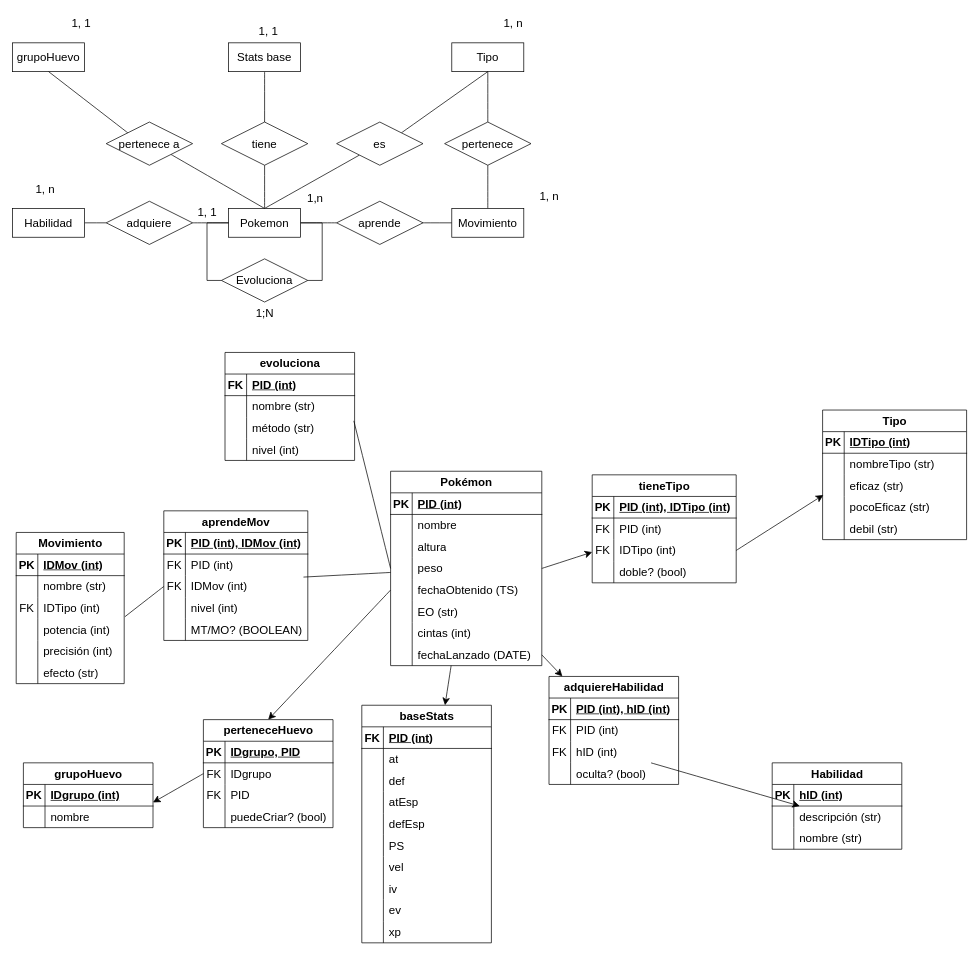
Francesdbz18/1DAM keeps this draw.io diagram as page "Page-1" (1 of 2) of pokemer.drawio. Above is the earlier version. Source tidied: cells renumbered, new cells numbered last; positions are measured from the earlier drawing's top-left corner, leaving out a move shared by most shapes. Both pictures are drawn from the tidied source at 72%, with x=0, y=0 at pixel (12, 12).
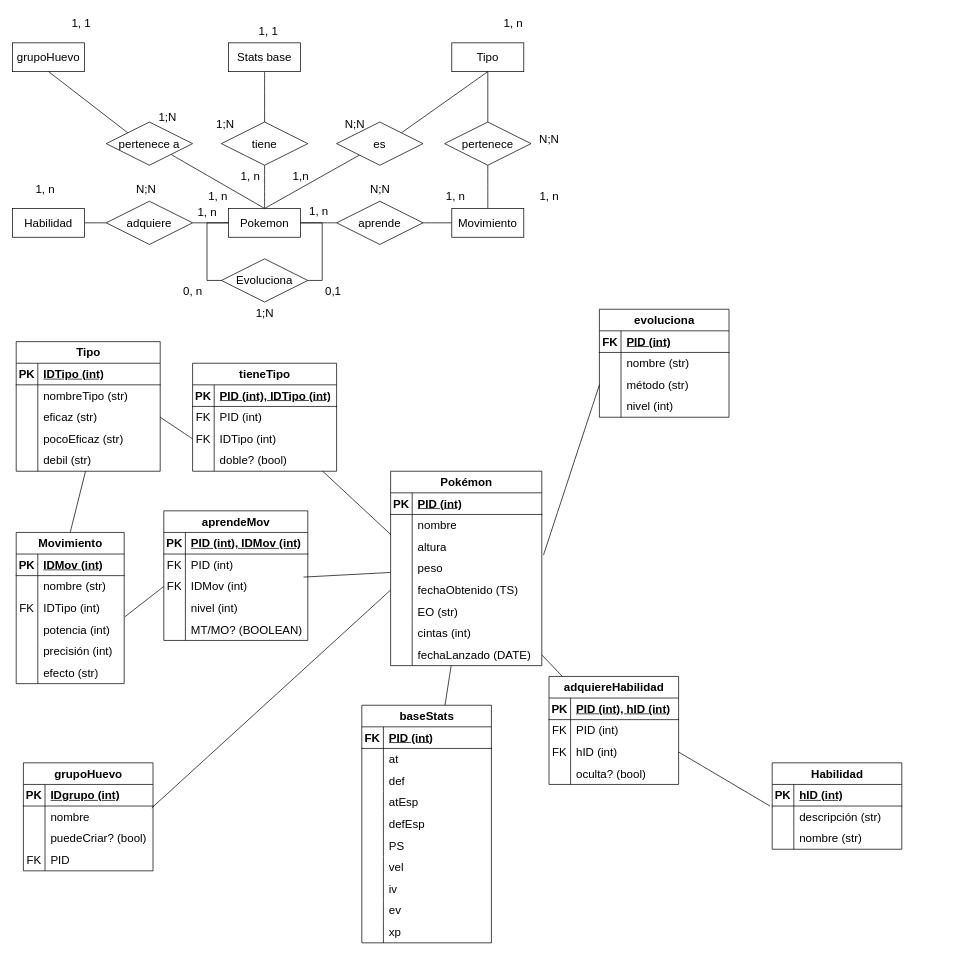
After the change.

The change refers to these unchanged cells:
```xml
<mxCell id="30" value="Pokémon" style="shape=table;startSize=30;childLayout=tableLayout;rowLines=0;fontStyle=1;align=center;html=1;fontSize=16;" parent="1" vertex="1">
  <mxGeometry x="525" y="637" width="210" height="270" as="geometry" />
</mxCell>
<mxCell id="37" style="shape=tableRow;horizontal=0;startSize=0;swimlaneHead=0;swimlaneBody=0;fillColor=none;points=[[0,0.5],[1,0.5]];portConstraint=eastwest;top=0;left=0;right=0;bottom=0;fontSize=16;" parent="30" vertex="1">
  <mxGeometry y="90" width="210" height="30" as="geometry" />
</mxCell>
<mxCell id="40" style="shape=tableRow;horizontal=0;startSize=0;swimlaneHead=0;swimlaneBody=0;fillColor=none;points=[[0,0.5],[1,0.5]];portConstraint=eastwest;top=0;left=0;right=0;bottom=0;fontSize=16;" parent="30" vertex="1">
  <mxGeometry y="120" width="210" height="30" as="geometry" />
</mxCell>
<mxCell id="43" style="shape=tableRow;horizontal=0;startSize=0;swimlaneHead=0;swimlaneBody=0;fillColor=none;points=[[0,0.5],[1,0.5]];portConstraint=eastwest;top=0;left=0;right=0;bottom=0;fontSize=16;" parent="30" vertex="1">
  <mxGeometry y="150" width="210" height="30" as="geometry" />
</mxCell>
<mxCell id="52" style="shape=tableRow;horizontal=0;startSize=0;swimlaneHead=0;swimlaneBody=0;fillColor=none;points=[[0,0.5],[1,0.5]];portConstraint=eastwest;top=0;left=0;right=0;bottom=0;fontSize=16;" parent="30" vertex="1">
  <mxGeometry y="240" width="210" height="30" as="geometry" />
</mxCell>
<mxCell id="62" style="shape=tableRow;horizontal=0;startSize=0;swimlaneHead=0;swimlaneBody=0;fillColor=none;points=[[0,0.5],[1,0.5]];portConstraint=eastwest;top=0;left=0;right=0;bottom=0;fontSize=16;" parent="55" vertex="1">
  <mxGeometry y="90" width="200" height="30" as="geometry" />
</mxCell>
<mxCell id="75" style="shape=tableRow;horizontal=0;startSize=0;swimlaneHead=0;swimlaneBody=0;fillColor=none;points=[[0,0.5],[1,0.5]];portConstraint=eastwest;top=0;left=0;right=0;bottom=0;fontSize=16;" parent="68" vertex="1">
  <mxGeometry y="90" width="200" height="30" as="geometry" />
</mxCell>
<mxCell id="81" style="shape=tableRow;horizontal=0;startSize=0;swimlaneHead=0;swimlaneBody=0;fillColor=none;points=[[0,0.5],[1,0.5]];portConstraint=eastwest;top=0;left=0;right=0;bottom=0;fontSize=16;" parent="68" vertex="1">
  <mxGeometry y="150" width="200" height="30" as="geometry" />
</mxCell>
<mxCell id="84" value="Movimiento" style="shape=table;startSize=30;childLayout=tableLayout;rowLines=0;fontStyle=1;align=center;html=1;fontSize=16;" parent="1" vertex="1">
  <mxGeometry x="5" y="722" width="150" height="210" as="geometry" />
</mxCell>
<mxCell id="107" style="shape=tableRow;horizontal=0;startSize=0;swimlaneHead=0;swimlaneBody=0;fillColor=none;points=[[0,0.5],[1,0.5]];portConstraint=eastwest;top=0;left=0;right=0;bottom=0;fontSize=16;" parent="103" vertex="1">
  <mxGeometry y="60" width="180" height="30" as="geometry" />
</mxCell>
<mxCell id="113" value="adquiereHabilidad" style="shape=table;startSize=30;childLayout=tableLayout;rowLines=0;fontStyle=1;align=center;html=1;fontSize=16;" parent="1" vertex="1">
  <mxGeometry x="745" y="922" width="180" height="150" as="geometry" />
</mxCell>
<mxCell id="120" style="shape=tableRow;horizontal=0;startSize=0;swimlaneHead=0;swimlaneBody=0;fillColor=none;points=[[0,0.5],[1,0.5]];portConstraint=eastwest;top=0;left=0;right=0;bottom=0;fontSize=16;" parent="113" vertex="1">
  <mxGeometry y="90" width="180" height="30" as="geometry" />
</mxCell>
<mxCell id="127" style="shape=tableRow;horizontal=0;startSize=0;swimlaneHead=0;swimlaneBody=0;fillColor=none;points=[[0,0.5],[1,0.5]];portConstraint=eastwest;top=0;left=0;right=0;bottom=1;fontSize=16;" parent="126" vertex="1">
  <mxGeometry y="30" width="180" height="30" as="geometry" />
</mxCell>
<mxCell id="130" style="shape=tableRow;horizontal=0;startSize=0;swimlaneHead=0;swimlaneBody=0;fillColor=none;points=[[0,0.5],[1,0.5]];portConstraint=eastwest;top=0;left=0;right=0;bottom=0;fontSize=16;" parent="126" vertex="1">
  <mxGeometry y="60" width="180" height="30" as="geometry" />
</mxCell>
<mxCell id="133" value="baseStats" style="shape=table;startSize=30;childLayout=tableLayout;rowLines=0;fontStyle=1;align=center;html=1;fontSize=16;" parent="1" vertex="1">
  <mxGeometry x="485" y="962" width="180" height="330" as="geometry" />
</mxCell>
<mxCell id="205" style="shape=tableRow;horizontal=0;startSize=0;swimlaneHead=0;swimlaneBody=0;fillColor=none;points=[[0,0.5],[1,0.5]];portConstraint=eastwest;top=0;left=0;right=0;bottom=0;fontSize=16;" parent="201" vertex="1">
  <mxGeometry y="60" width="180" height="30" as="geometry" />
</mxCell>
<mxCell id="208" style="shape=tableRow;horizontal=0;startSize=0;swimlaneHead=0;swimlaneBody=0;fillColor=none;points=[[0,0.5],[1,0.5]];portConstraint=eastwest;top=0;left=0;right=0;bottom=0;fontSize=16;" parent="201" vertex="1">
  <mxGeometry y="90" width="180" height="30" as="geometry" />
</mxCell>
```

The edit, as a diff of the source:
```diff
@@
-    <mxCell id="29" style="edgeStyle=none;curved=1;rounded=0;jettySize=auto;html=1;fontSize=12;startSize=8;endSize=8;" parent="1" edge="1" source="30" target="133">
+    <mxCell id="29" style="edgeStyle=none;curved=1;rounded=0;jettySize=auto;html=1;fontSize=12;startSize=8;endSize=8;endArrow=none;endFill=0;" parent="1" edge="1" source="30" target="133">
       <mxGeometry relative="1" as="geometry" />
     </mxCell>
@@
     <mxCell id="55" value="tieneTipo" style="shape=table;startSize=30;childLayout=tableLayout;rowLines=0;fontStyle=1;align=center;html=1;fontSize=16;" parent="1" vertex="1">
-      <mxGeometry x="805" y="642" width="200" height="150" as="geometry" />
+      <mxGeometry x="250" y="487" width="200" height="150" as="geometry" />
     </mxCell>
@@
     <mxCell id="68" value="Tipo" style="shape=table;startSize=30;childLayout=tableLayout;rowLines=0;fontStyle=1;align=center;html=1;fontSize=16;" parent="1" vertex="1">
-      <mxGeometry x="1125" y="552" width="200" height="180" as="geometry" />
+      <mxGeometry x="5" y="457" width="200" height="180" as="geometry" />
     </mxCell>
@@
+    <mxCell id="223" style="edgeStyle=none;curved=1;rounded=0;jettySize=auto;html=1;exitX=0.5;exitY=0;exitDx=0;exitDy=0;fontSize=12;startSize=8;endSize=8;endArrow=none;endFill=0;" parent="1" edge="1" source="84" target="81">
+      <mxGeometry relative="1" as="geometry" />
+    </mxCell>
@@
     <mxCell id="126" value="grupoHuevo" style="shape=table;startSize=30;childLayout=tableLayout;rowLines=0;fontStyle=1;align=center;html=1;fontSize=16;" parent="1" vertex="1">
-      <mxGeometry x="15" y="1042" width="180" height="90" as="geometry" />
+      <mxGeometry x="15" y="1042" width="180" height="150" as="geometry" />
     </mxCell>
@@
+    <mxCell id="194" style="shape=tableRow;horizontal=0;startSize=0;swimlaneHead=0;swimlaneBody=0;fillColor=none;top=0;left=0;right=0;bottom=0;fontSize=16;" parent="126" vertex="1">
+      <mxGeometry y="90" width="180" height="30" as="geometry" />
+    </mxCell>
+    <mxCell id="198" style="shape=partialRectangle;fillColor=none;top=0;left=0;bottom=0;right=0;overflow=hidden;whiteSpace=wrap;html=1;fontSize=16;" parent="194" vertex="1">
+      <mxGeometry width="30" height="30" as="geometry" />
+    </mxCell>
+    <mxCell id="199" value="puedeCriar? (bool)" style="shape=partialRectangle;fillColor=none;top=0;left=0;bottom=0;right=0;align=left;spacingLeft=6;overflow=hidden;whiteSpace=wrap;html=1;fontSize=16;" parent="194" vertex="1">
+      <mxGeometry x="30" width="150" height="30" as="geometry" />
+    </mxCell>
+    <mxCell id="197" style="shape=tableRow;horizontal=0;startSize=0;swimlaneHead=0;swimlaneBody=0;fillColor=none;top=0;left=0;right=0;bottom=0;fontSize=16;" parent="126" vertex="1">
+      <mxGeometry y="120" width="180" height="30" as="geometry" />
+    </mxCell>
+    <mxCell id="224" value="FK" style="shape=partialRectangle;fillColor=none;top=0;left=0;bottom=0;right=0;overflow=hidden;whiteSpace=wrap;html=1;fontSize=16;" parent="197" vertex="1">
+      <mxGeometry width="30" height="30" as="geometry" />
+    </mxCell>
+    <mxCell id="196" value="PID" style="shape=partialRectangle;fillColor=none;top=0;left=0;bottom=0;right=0;align=left;spacingLeft=6;overflow=hidden;whiteSpace=wrap;html=1;fontSize=16;" parent="197" vertex="1">
+      <mxGeometry x="30" width="150" height="30" as="geometry" />
+    </mxCell>
@@
-    <mxCell id="180" style="edgeStyle=none;curved=1;rounded=0;jettySize=auto;html=1;exitX=1;exitY=0.5;exitDx=0;exitDy=0;fontSize=12;startSize=8;endSize=8;" parent="1" edge="1" source="40" target="55">
+    <mxCell id="180" style="edgeStyle=none;curved=1;rounded=0;jettySize=auto;html=1;exitX=0.003;exitY=-0.057;exitDx=0;exitDy=0;fontSize=12;startSize=8;endSize=8;endArrow=none;endFill=0;exitPerimeter=0;" parent="1" edge="1" source="37" target="55">
       <mxGeometry relative="1" as="geometry" />
     </mxCell>
-    <mxCell id="181" style="edgeStyle=none;curved=1;rounded=0;jettySize=auto;html=1;exitX=1;exitY=0.5;exitDx=0;exitDy=0;entryX=0.005;entryY=0.933;entryDx=0;entryDy=0;entryPerimeter=0;fontSize=12;startSize=8;endSize=8;" parent="1" edge="1" source="62" target="75">
+    <mxCell id="181" style="edgeStyle=none;curved=1;rounded=0;jettySize=auto;html=1;exitX=0;exitY=0.5;exitDx=0;exitDy=0;entryX=1;entryY=0.5;entryDx=0;entryDy=0;fontSize=12;startSize=8;endSize=8;endArrow=none;endFill=0;" parent="1" edge="1" source="62" target="75">
       <mxGeometry relative="1" as="geometry" />
     </mxCell>
-    <mxCell id="182" style="edgeStyle=none;curved=1;rounded=0;jettySize=auto;html=1;exitX=1;exitY=0.5;exitDx=0;exitDy=0;fontSize=12;startSize=8;endSize=8;" parent="1" edge="1" source="52" target="113">
+    <mxCell id="182" style="edgeStyle=none;curved=1;rounded=0;jettySize=auto;html=1;exitX=1;exitY=0.5;exitDx=0;exitDy=0;fontSize=12;startSize=8;endSize=8;endArrow=none;endFill=0;" parent="1" edge="1" source="52" target="113">
       <mxGeometry relative="1" as="geometry" />
     </mxCell>
-    <mxCell id="183" style="edgeStyle=none;curved=1;rounded=0;jettySize=auto;html=1;fontSize=12;startSize=8;endSize=8;" parent="1" edge="1" source="120" target="107">
-      <mxGeometry relative="1" as="geometry" />
+    <mxCell id="183" style="edgeStyle=none;curved=1;rounded=0;jettySize=auto;html=1;fontSize=12;startSize=8;endSize=8;endArrow=none;endFill=0;exitX=1;exitY=0.5;exitDx=0;exitDy=0;" parent="1" edge="1" source="120">
+      <mxGeometry relative="1" as="geometry">
+        <mxPoint x="1052" y="1102" as="targetPoint" />
+      </mxGeometry>
     </mxCell>
@@
-    <mxCell id="185" style="edgeStyle=none;curved=1;rounded=0;jettySize=auto;html=1;exitX=0;exitY=0.5;exitDx=0;exitDy=0;fontSize=12;startSize=8;endSize=8;entryX=0.5;entryY=0;entryDx=0;entryDy=0;" parent="1" edge="1" source="43" target="187">
+    <mxCell id="185" style="edgeStyle=none;curved=1;rounded=0;jettySize=auto;html=1;exitX=0;exitY=0.5;exitDx=0;exitDy=0;fontSize=12;startSize=8;endSize=8;entryX=0.991;entryY=0.083;entryDx=0;entryDy=0;entryPerimeter=0;endArrow=none;endFill=0;" parent="1" edge="1" source="43" target="130">
       <mxGeometry relative="1" as="geometry" />
     </mxCell>
@@
-    <mxCell id="187" value="perteneceHuevo" style="shape=table;startSize=30;childLayout=tableLayout;rowLines=0;fontStyle=1;align=center;html=1;fontSize=16;" parent="1" vertex="1">
-      <mxGeometry x="265" y="982" width="180" height="150" as="geometry" />
-    </mxCell>
-    <mxCell id="188" style="shape=tableRow;horizontal=0;startSize=0;swimlaneHead=0;swimlaneBody=0;fillColor=none;top=0;left=0;right=0;bottom=1;fontSize=16;" parent="187" vertex="1">
-      <mxGeometry y="30" width="180" height="30" as="geometry" />
-    </mxCell>
-    <mxCell id="189" value="PK" style="shape=partialRectangle;fillColor=none;top=0;left=0;bottom=0;right=0;fontStyle=1;overflow=hidden;whiteSpace=wrap;html=1;fontSize=16;" parent="188" vertex="1">
-      <mxGeometry width="30" height="30" as="geometry" />
-    </mxCell>
-    <mxCell id="190" value="IDgrupo, PID" style="shape=partialRectangle;fillColor=none;top=0;left=0;bottom=0;right=0;align=left;spacingLeft=6;fontStyle=5;overflow=hidden;whiteSpace=wrap;html=1;fontSize=16;" parent="188" vertex="1">
-      <mxGeometry x="30" width="150" height="30" as="geometry" />
-    </mxCell>
-    <mxCell id="191" style="shape=tableRow;horizontal=0;startSize=0;swimlaneHead=0;swimlaneBody=0;fillColor=none;points=[[0,0.5],[1,0.5]];portConstraint=eastwest;top=0;left=0;right=0;bottom=0;fontSize=16;" parent="187" vertex="1">
-      <mxGeometry y="60" width="180" height="30" as="geometry" />
-    </mxCell>
-    <mxCell id="192" value="FK" style="shape=partialRectangle;fillColor=none;top=0;left=0;bottom=0;right=0;overflow=hidden;whiteSpace=wrap;html=1;fontSize=16;" parent="191" vertex="1">
-      <mxGeometry width="30" height="30" as="geometry" />
-    </mxCell>
-    <mxCell id="193" value="IDgrupo" style="shape=partialRectangle;fillColor=none;top=0;left=0;bottom=0;right=0;align=left;spacingLeft=6;overflow=hidden;whiteSpace=wrap;html=1;fontSize=16;" parent="191" vertex="1">
-      <mxGeometry x="30" width="150" height="30" as="geometry" />
-    </mxCell>
-    <mxCell id="194" style="shape=tableRow;horizontal=0;startSize=0;swimlaneHead=0;swimlaneBody=0;fillColor=none;top=0;left=0;right=0;bottom=0;fontSize=16;" parent="187" vertex="1">
-      <mxGeometry y="90" width="180" height="30" as="geometry" />
-    </mxCell>
-    <mxCell id="195" value="FK" style="shape=partialRectangle;fillColor=none;top=0;left=0;bottom=0;right=0;overflow=hidden;whiteSpace=wrap;html=1;fontSize=16;" parent="194" vertex="1">
-      <mxGeometry width="30" height="30" as="geometry" />
-    </mxCell>
-    <mxCell id="196" value="PID" style="shape=partialRectangle;fillColor=none;top=0;left=0;bottom=0;right=0;align=left;spacingLeft=6;overflow=hidden;whiteSpace=wrap;html=1;fontSize=16;" parent="194" vertex="1">
-      <mxGeometry x="30" width="150" height="30" as="geometry" />
-    </mxCell>
-    <mxCell id="197" style="shape=tableRow;horizontal=0;startSize=0;swimlaneHead=0;swimlaneBody=0;fillColor=none;top=0;left=0;right=0;bottom=0;fontSize=16;" parent="187" vertex="1">
-      <mxGeometry y="120" width="180" height="30" as="geometry" />
-    </mxCell>
-    <mxCell id="198" style="shape=partialRectangle;fillColor=none;top=0;left=0;bottom=0;right=0;overflow=hidden;whiteSpace=wrap;html=1;fontSize=16;" parent="197" vertex="1">
-      <mxGeometry width="30" height="30" as="geometry" />
-    </mxCell>
-    <mxCell id="199" value="puedeCriar? (bool)" style="shape=partialRectangle;fillColor=none;top=0;left=0;bottom=0;right=0;align=left;spacingLeft=6;overflow=hidden;whiteSpace=wrap;html=1;fontSize=16;" parent="197" vertex="1">
-      <mxGeometry x="30" width="150" height="30" as="geometry" />
-    </mxCell>
-    <mxCell id="200" style="edgeStyle=none;curved=1;rounded=0;jettySize=auto;html=1;exitX=0;exitY=0.5;exitDx=0;exitDy=0;entryX=1;entryY=0.833;entryDx=0;entryDy=0;entryPerimeter=0;fontSize=12;startSize=8;endSize=8;" parent="1" edge="1" source="191" target="127">
-      <mxGeometry relative="1" as="geometry" />
-    </mxCell>
     <mxCell id="201" value="evoluciona" style="shape=table;startSize=30;childLayout=tableLayout;rowLines=0;fontStyle=1;align=center;html=1;fontSize=16;" parent="1" vertex="1">
-      <mxGeometry x="295" y="472" width="180" height="150" as="geometry" />
+      <mxGeometry x="815" y="412" width="180" height="150" as="geometry" />
     </mxCell>
@@
-    <mxCell id="214" style="edgeStyle=none;curved=1;rounded=0;jettySize=auto;html=1;exitX=0;exitY=0.5;exitDx=0;exitDy=0;entryX=0.994;entryY=1.167;entryDx=0;entryDy=0;entryPerimeter=0;fontSize=12;startSize=8;endSize=8;endArrow=none;endFill=0;" parent="1" edge="1" source="40" target="205">
+    <mxCell id="214" style="edgeStyle=none;curved=1;rounded=0;jettySize=auto;html=1;exitX=1.011;exitY=0.884;exitDx=0;exitDy=0;entryX=0;entryY=0.5;entryDx=0;entryDy=0;fontSize=12;startSize=8;endSize=8;endArrow=none;endFill=0;exitPerimeter=0;" parent="1" edge="1" source="37" target="208">
       <mxGeometry relative="1" as="geometry" />
     </mxCell>
     <mxCell id="215" value="1,n" style="text;html=1;align=center;verticalAlign=middle;strokeColor=none;fillColor=none;fontSize=16;" parent="1" vertex="1">
-      <mxGeometry x="395" y="242" width="50" height="30" as="geometry" />
+      <mxGeometry x="375" y="212" width="50" height="30" as="geometry" />
     </mxCell>
@@
-    <mxCell id="221" value="1, 1" style="text;html=1;align=center;verticalAlign=middle;strokeColor=none;fillColor=none;fontSize=16;" parent="1" vertex="1">
+    <mxCell id="221" value="1, n" style="text;html=1;align=center;verticalAlign=middle;strokeColor=none;fillColor=none;fontSize=16;" parent="1" vertex="1">
       <mxGeometry x="245" y="262" width="50" height="30" as="geometry" />
     </mxCell>
@@
+    <mxCell id="225" value="0,1" style="text;html=1;align=center;verticalAlign=middle;strokeColor=none;fillColor=none;fontSize=16;" parent="1" vertex="1">
+      <mxGeometry x="420" y="372" width="50" height="30" as="geometry" />
+    </mxCell>
+    <mxCell id="226" value="0, n" style="text;html=1;align=center;verticalAlign=middle;strokeColor=none;fillColor=none;fontSize=16;" parent="1" vertex="1">
+      <mxGeometry x="225" y="372" width="50" height="30" as="geometry" />
+    </mxCell>
+    <mxCell id="227" value="1, n" style="text;html=1;align=center;verticalAlign=middle;strokeColor=none;fillColor=none;fontSize=16;" parent="1" vertex="1">
+      <mxGeometry x="400" y="260" width="50" height="30" as="geometry" />
+    </mxCell>
+    <mxCell id="228" value="1, n" style="text;html=1;align=center;verticalAlign=middle;strokeColor=none;fillColor=none;fontSize=16;" parent="1" vertex="1">
+      <mxGeometry x="305" y="212" width="50" height="30" as="geometry" />
+    </mxCell>
+    <mxCell id="229" value="1;N" style="text;html=1;align=center;verticalAlign=middle;strokeColor=none;fillColor=none;fontSize=16;" parent="1" vertex="1">
+      <mxGeometry x="270" y="140" width="50" height="30" as="geometry" />
+    </mxCell>
+    <mxCell id="230" value="N;N" style="text;html=1;align=center;verticalAlign=middle;strokeColor=none;fillColor=none;fontSize=16;" parent="1" vertex="1">
+      <mxGeometry x="450" y="140" width="50" height="30" as="geometry" />
+    </mxCell>
+    <mxCell id="231" value="N;N" style="text;html=1;align=center;verticalAlign=middle;strokeColor=none;fillColor=none;fontSize=16;" parent="1" vertex="1">
+      <mxGeometry x="720" y="160" width="50" height="30" as="geometry" />
+    </mxCell>
+    <mxCell id="232" value="N;N" style="text;html=1;align=center;verticalAlign=middle;strokeColor=none;fillColor=none;fontSize=16;" parent="1" vertex="1">
+      <mxGeometry x="160" y="230" width="50" height="30" as="geometry" />
+    </mxCell>
+    <mxCell id="233" value="1, n" style="text;html=1;align=center;verticalAlign=middle;strokeColor=none;fillColor=none;fontSize=16;" parent="1" vertex="1">
+      <mxGeometry x="260" y="240" width="50" height="30" as="geometry" />
+    </mxCell>
+    <mxCell id="234" value="1;N" style="text;html=1;align=center;verticalAlign=middle;strokeColor=none;fillColor=none;fontSize=16;" parent="1" vertex="1">
+      <mxGeometry x="190" y="130" width="50" height="30" as="geometry" />
+    </mxCell>
+    <mxCell id="235" value="1, n" style="text;html=1;align=center;verticalAlign=middle;strokeColor=none;fillColor=none;fontSize=16;" parent="1" vertex="1">
+      <mxGeometry x="590" y="240" width="50" height="30" as="geometry" />
+    </mxCell>
+    <mxCell id="236" value="N;N" style="text;html=1;align=center;verticalAlign=middle;strokeColor=none;fillColor=none;fontSize=16;" parent="1" vertex="1">
+      <mxGeometry x="485" y="230" width="50" height="30" as="geometry" />
+    </mxCell>
```
